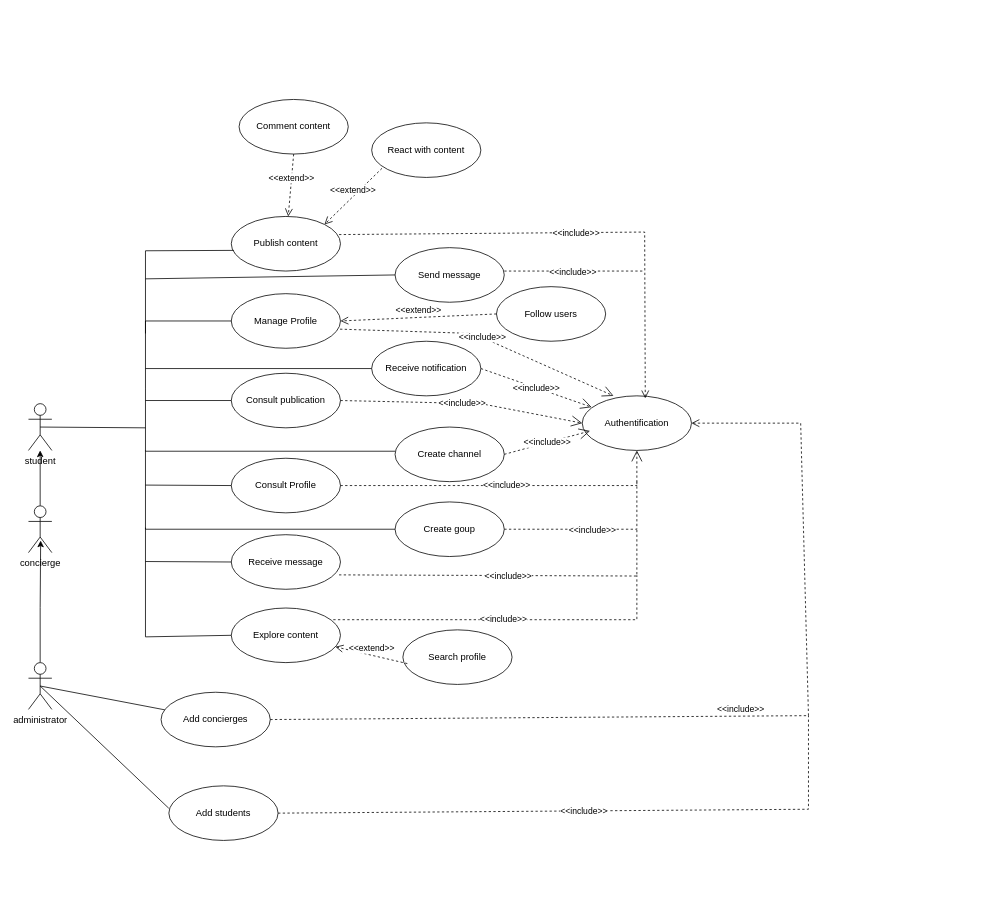
etsia-x-26/yansnet keeps this draw.io diagram as Use Case.drawio. Above is the earlier version. Source tidied: cells renumbered, new cells numbered last; positions are measured from the earlier drawing's top-left corner, leaving out a move shared by most shapes. Both pictures are drawn from the tidied source at 78%, with x=0, y=0 at pixel (28, 99).
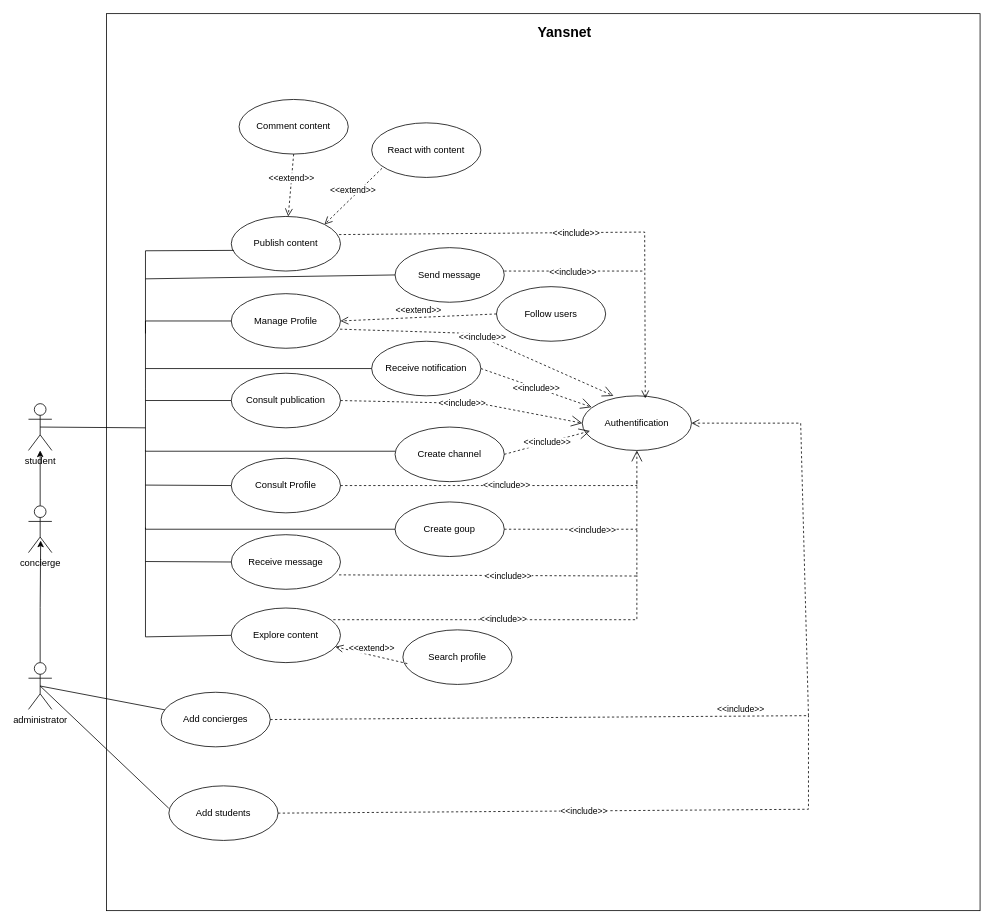
The same diagram, later.

Commit message:
Mettre à jour Use Case.drawio

Diff of the diagram source:
```diff
@@
+    <mxCell id="58" style="rounded=0;whiteSpace=wrap;html=1;fillColor=none;" parent="1" vertex="1">
+      <mxGeometry x="100" y="-110" width="1120" height="1150" as="geometry" />
+    </mxCell>
+    <mxCell id="59" value="&lt;b&gt;&lt;font style=&quot;font-size: 18px;&quot;&gt;Yansnet&amp;nbsp;&lt;/font&gt;&lt;/b&gt;" style="text;html=1;align=center;verticalAlign=middle;whiteSpace=wrap;rounded=0;" parent="1" vertex="1">
+      <mxGeometry x="660" y="-100" width="60" height="30" as="geometry" />
+    </mxCell>
```
